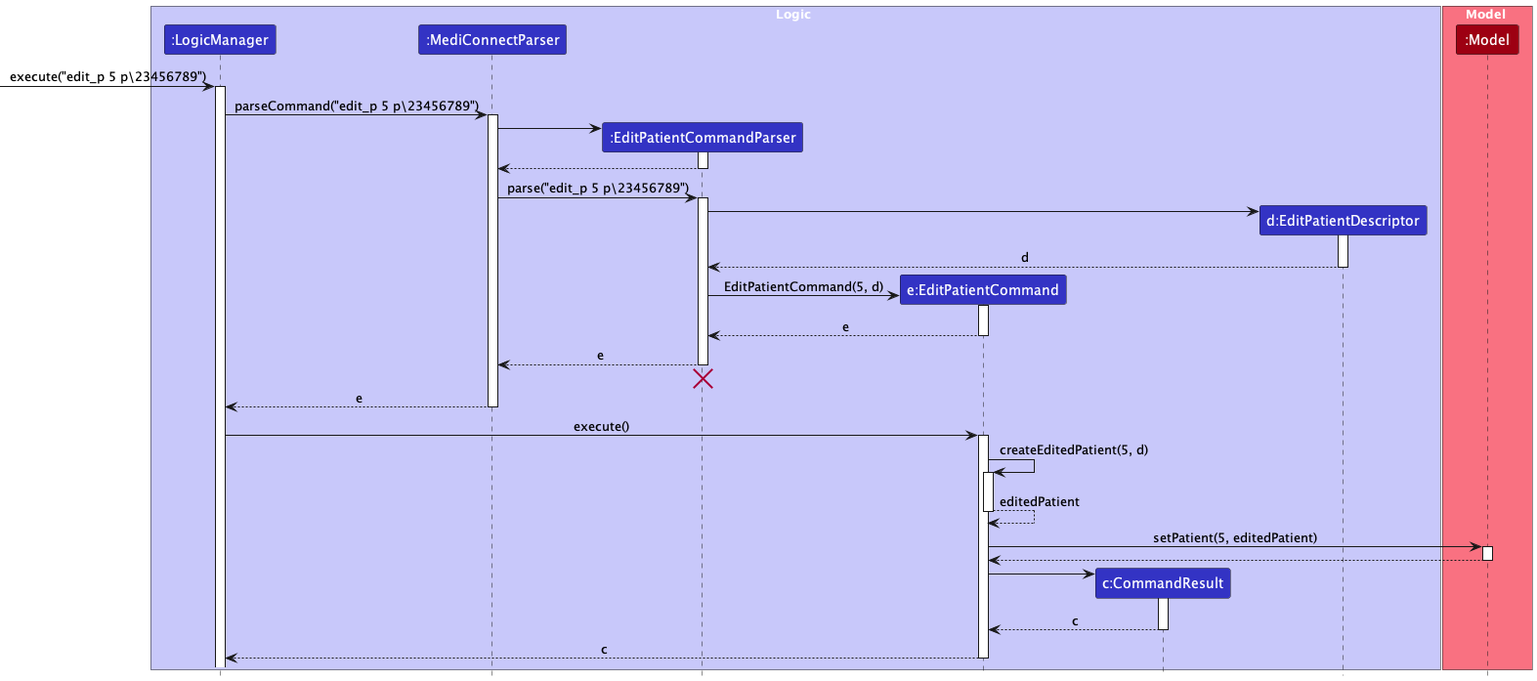
This is docs/images/EditPatientSequenceDiagram.png from yanghengtang/tp, a PlantUML export, as it was before one commit.
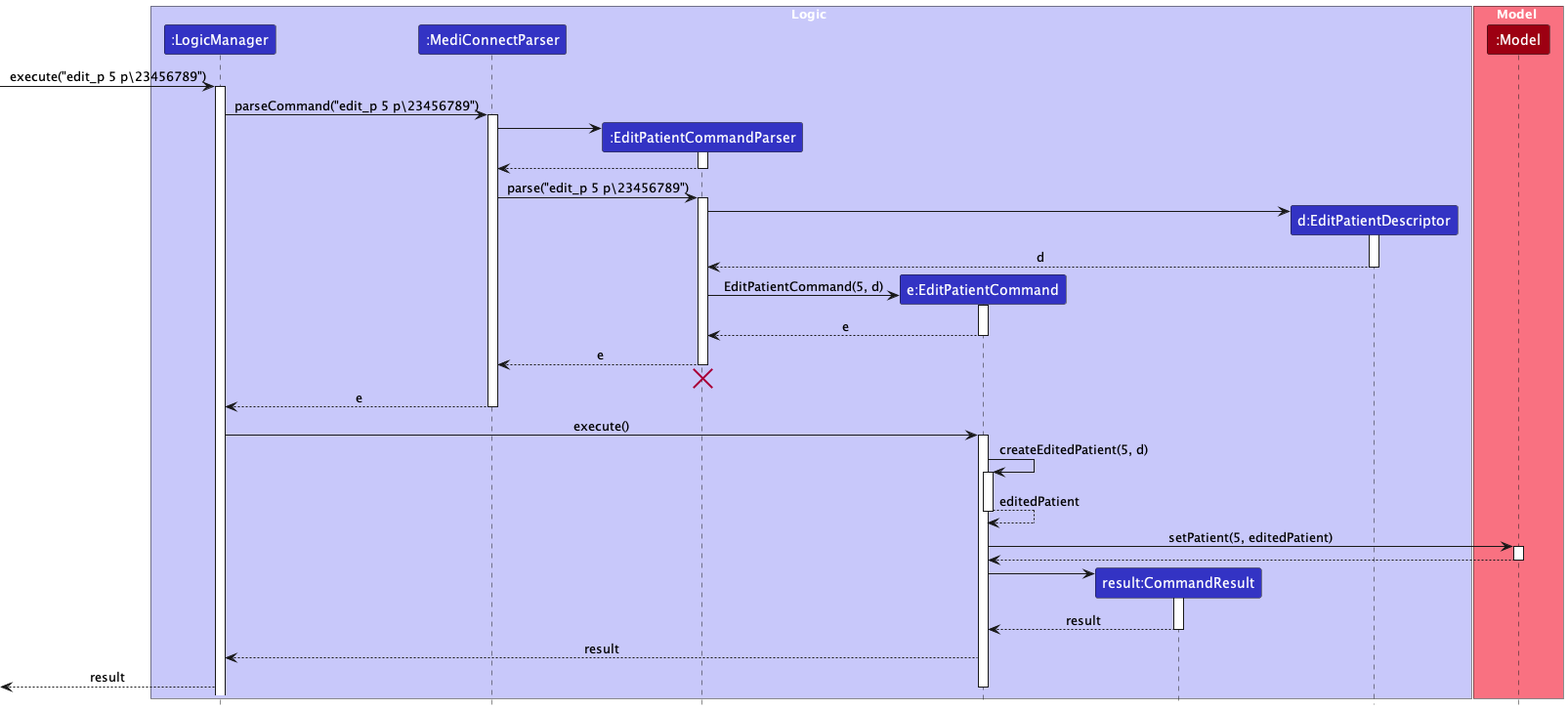
Above is the later version.

Commit message:
Standardise diagrams

The edit, as a diff of the source:
```diff
@@ -7,7 +7,7 @@
 participant ":MediConnectParser" as MediConnectParser LOGIC_COLOR
 participant ":EditPatientCommandParser" as EditPatientCommandParser LOGIC_COLOR
 participant "e:EditPatientCommand" as EditPatientCommand LOGIC_COLOR
-participant "c:CommandResult" as CommandResult LOGIC_COLOR
+participant "result:CommandResult" as CommandResult LOGIC_COLOR
 participant "d:EditPatientDescriptor" as EditPatientDescriptor LOGIC_COLOR
 end box
 
@@ -73,9 +73,10 @@
 EditPatientCommand -> CommandResult
 activate CommandResult
 
-CommandResult --> EditPatientCommand : c
+CommandResult --> EditPatientCommand : result
 deactivate CommandResult
 
-EditPatientCommand --> LogicManager : c
+EditPatientCommand --> LogicManager : result
+[<--LogicManager : result
 deactivate EditPatientCommand
 @enduml
```
